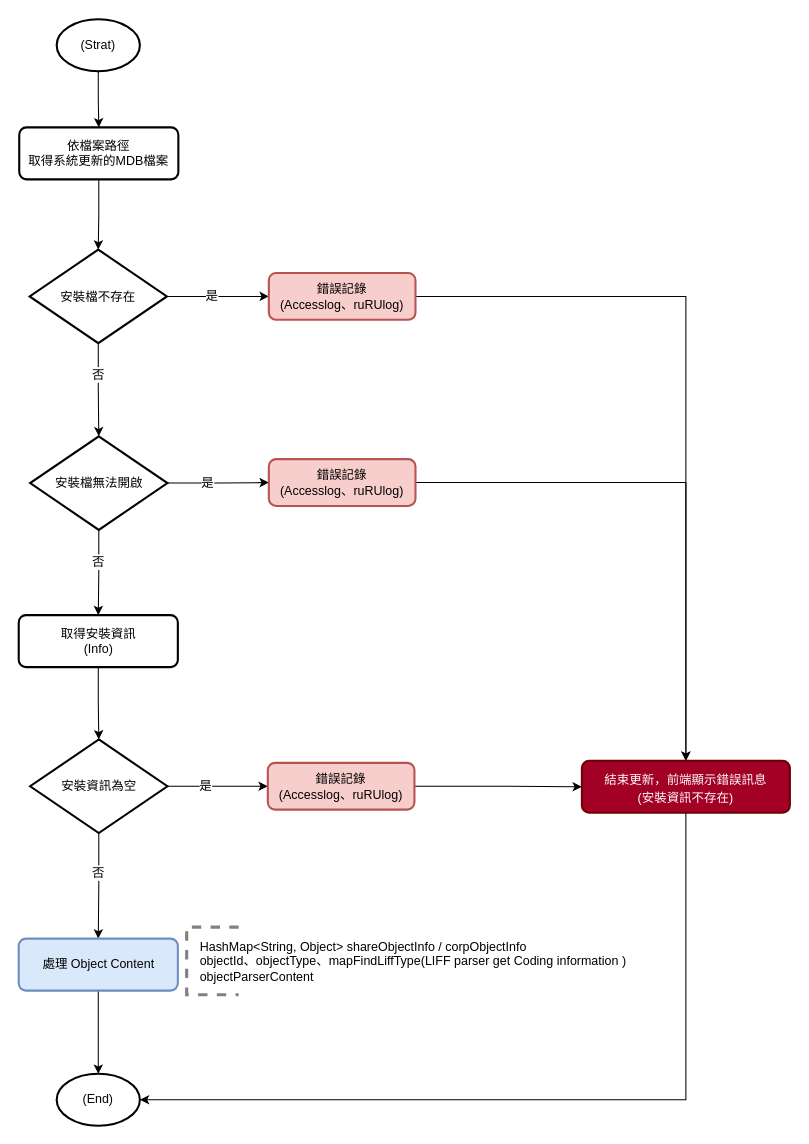
Above: page "解析系統更新檔" (2 of 7) of asus/ASUSMaintainTool/MDBUpdate/attachment/更新MDB檔案程式.drawio in ArcareRD/sadocs (draw.io), before the change. Source tidied: cells renumbered, new cells numbered last; positions are measured from the earlier drawing's top-left corner, leaving out a move shared by most shapes. Both pictures are drawn from the tidied source at 104%, with x=0, y=0 at pixel (19, 19).
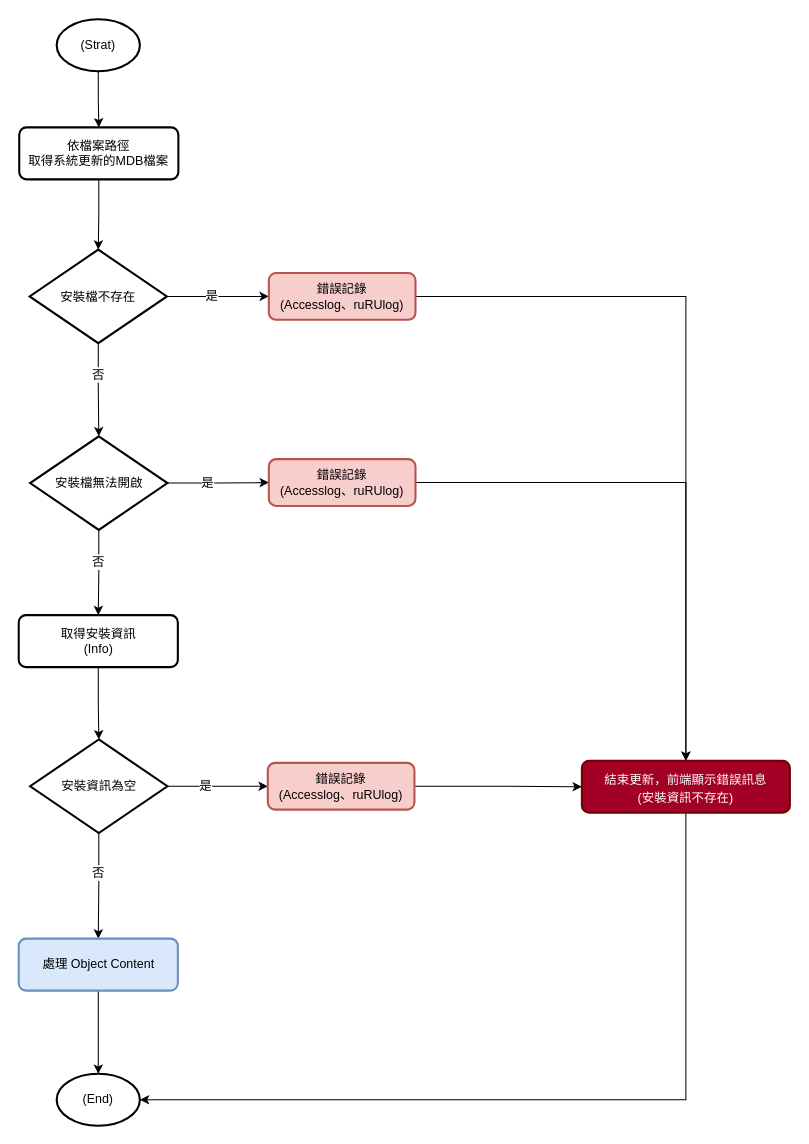
The same diagram, later.

What changed in the source:
```diff
@@
-    <mxCell id="34" value="HashMap&amp;lt;String, Object&amp;gt; shareObjectInfo / corpObjectInfo&lt;br&gt;objectId、objectType、mapFindLiffType(LIFF parser get&amp;nbsp;Coding information )&lt;br&gt;objectParserContent" style="strokeWidth=3;html=1;shape=mxgraph.flowchart.annotation_1;align=left;dashed=1;labelBackgroundColor=none;strokeColor=#808080;fontSize=12;fontColor=#000000;fillColor=none;spacingLeft=11;" parent="1" vertex="1">
-      <mxGeometry x="161" y="873" width="50" height="65" as="geometry" />
-    </mxCell>
```
